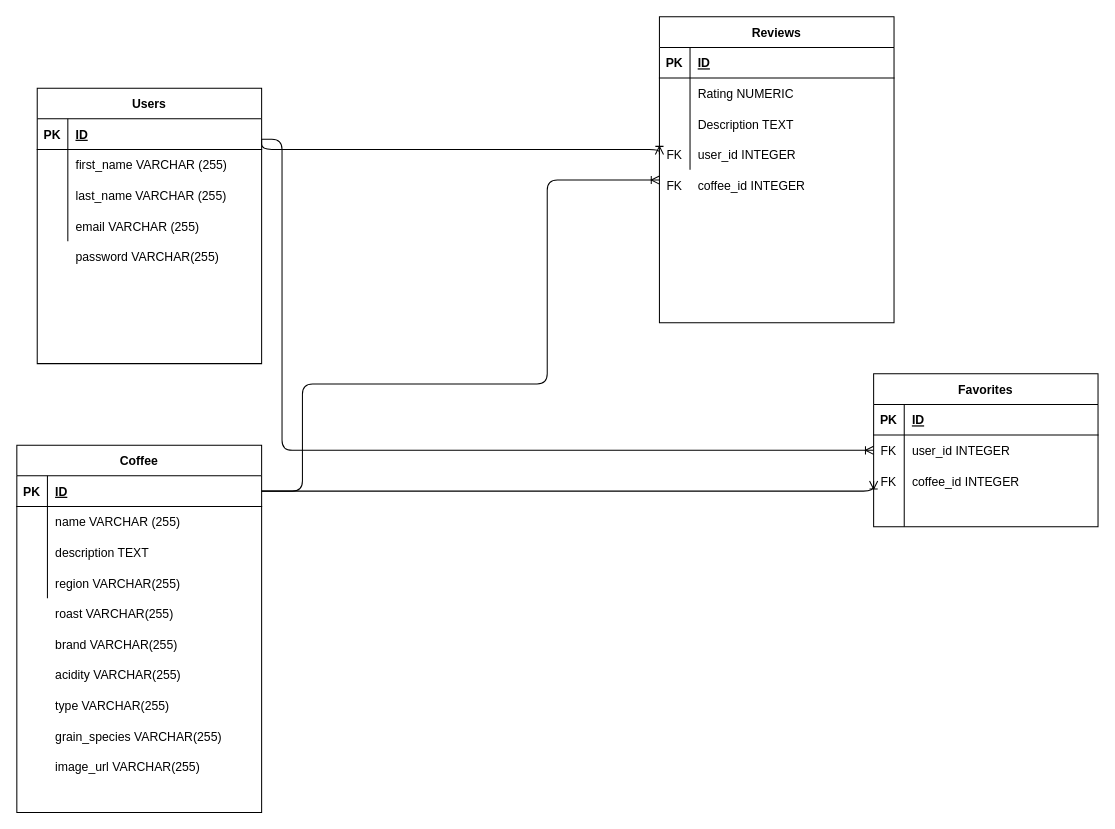
Above: docs/ERD.drawio in connie-ho/caffa (draw.io), before the change. Source tidied: cells renumbered, new cells numbered last; positions are measured from the earlier drawing's top-left corner, leaving out a move shared by most shapes. Both pictures are drawn from the tidied source at 102%, with x=0, y=0 at pixel (16, 16).
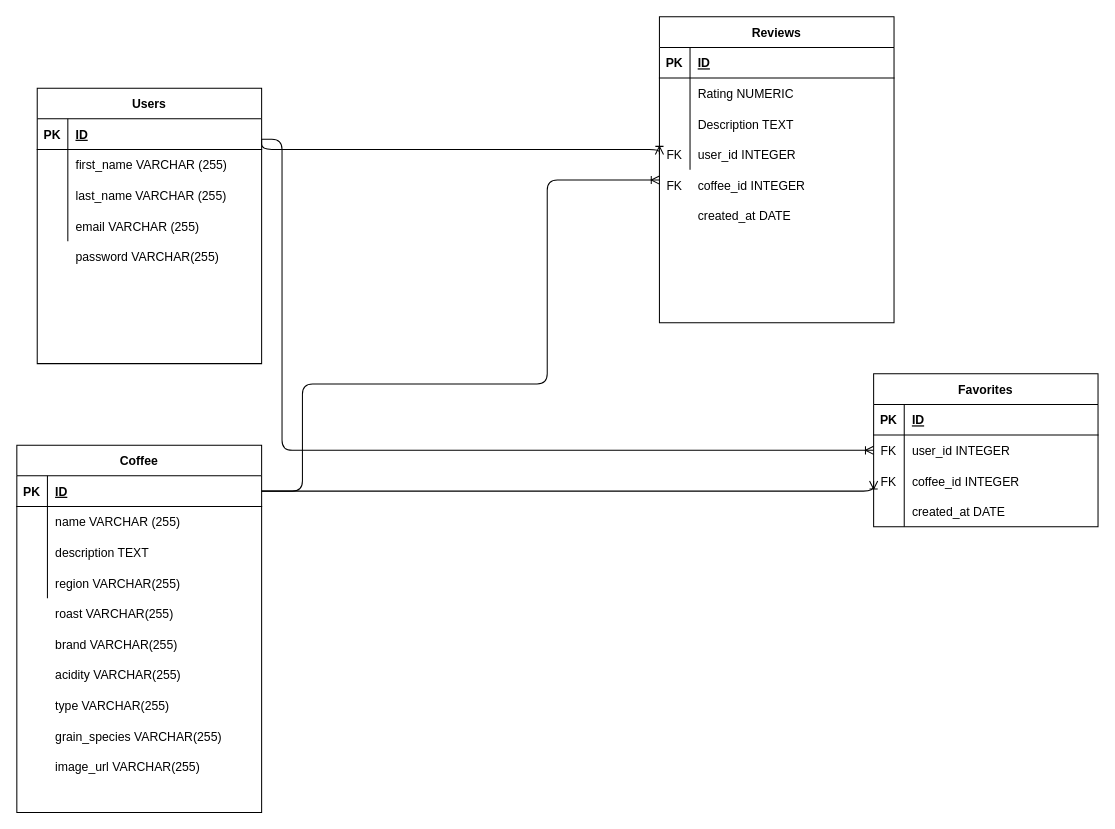
The same page after the edit.

Commit message (it also covers changes not shown here):
modified ERD diagram, added tech stack.md

Unchanged cells that the change refers to:
```xml
<mxCell id="2" style="group;" parent="1" vertex="1">
  <mxGeometry x="630" width="230" height="300" as="geometry" />
</mxCell>
<mxCell id="77" style="shape=partialRectangle;fillColor=none;top=0;left=0;bottom=0;right=0;" parent="67" vertex="1">
  <mxGeometry y="120" width="220" height="30" as="geometry" />
</mxCell>
```

Change to the diagram source:
```diff
@@
+    <mxCell id="84" value="created_at DATE" style="shape=partialRectangle;fillColor=none;top=0;left=0;bottom=0;right=0;align=left;spacingLeft=6;overflow=hidden;" parent="2" vertex="1">
+      <mxGeometry x="30" y="180" width="200" height="30" as="geometry" />
+    </mxCell>
@@
-    <mxCell id="79" style="shape=partialRectangle;fillColor=none;top=0;left=0;bottom=0;right=0;align=left;spacingLeft=6;overflow=hidden;" parent="77" vertex="1">
+    <mxCell id="79" value="created_at DATE" style="shape=partialRectangle;fillColor=none;top=0;left=0;bottom=0;right=0;align=left;spacingLeft=6;overflow=hidden;" parent="77" vertex="1">
       <mxGeometry x="30" width="190" height="30" as="geometry" />
     </mxCell>
```
